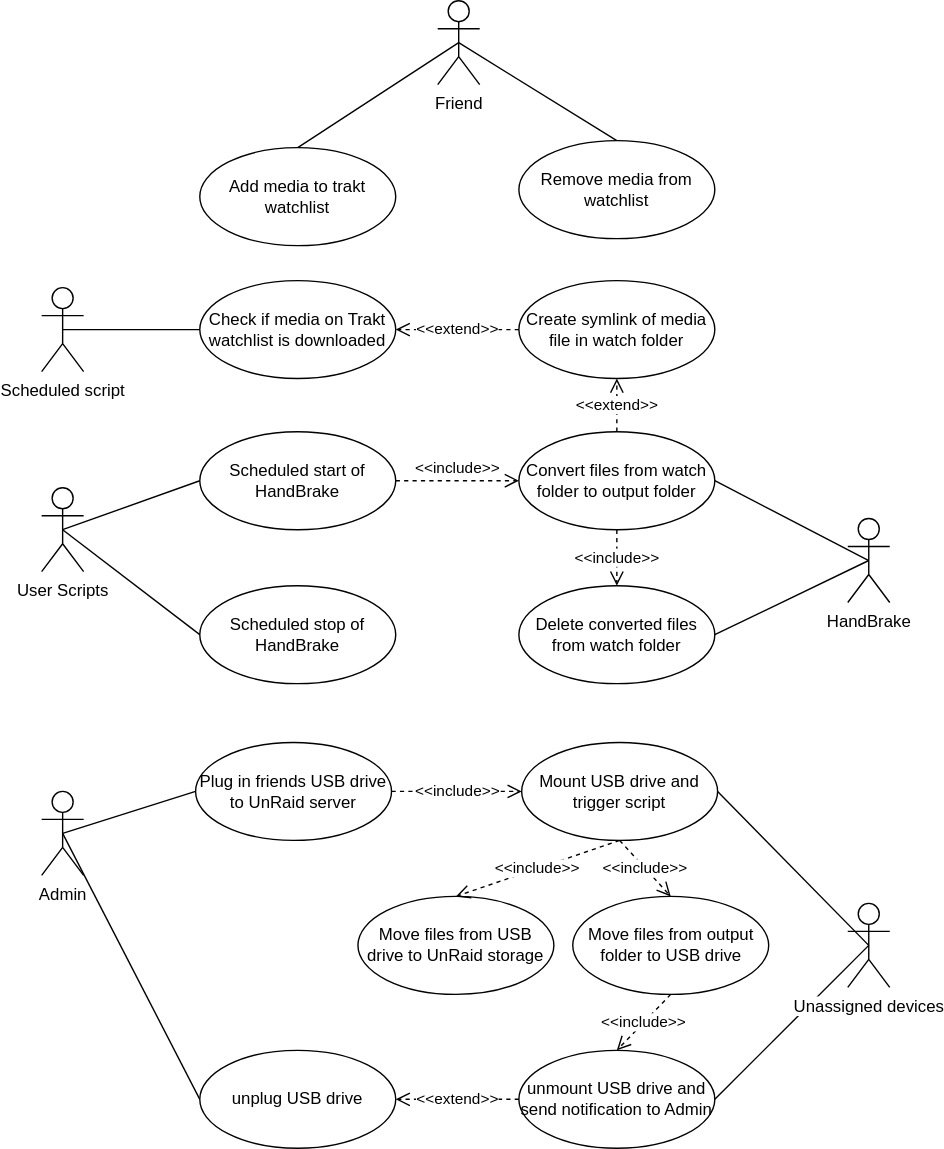
jorgenjanssonlee/Auto-convert-and-distribute-media-files keeps this draw.io diagram as diagrams/Auto-convert-and-distribute Detailed use case diagram v1.drawio.svg. Above is the earlier version. Source tidied: cells renumbered, new cells last; positions are measured from the earlier drawing's top-left corner, leaving out a move shared by most shapes.
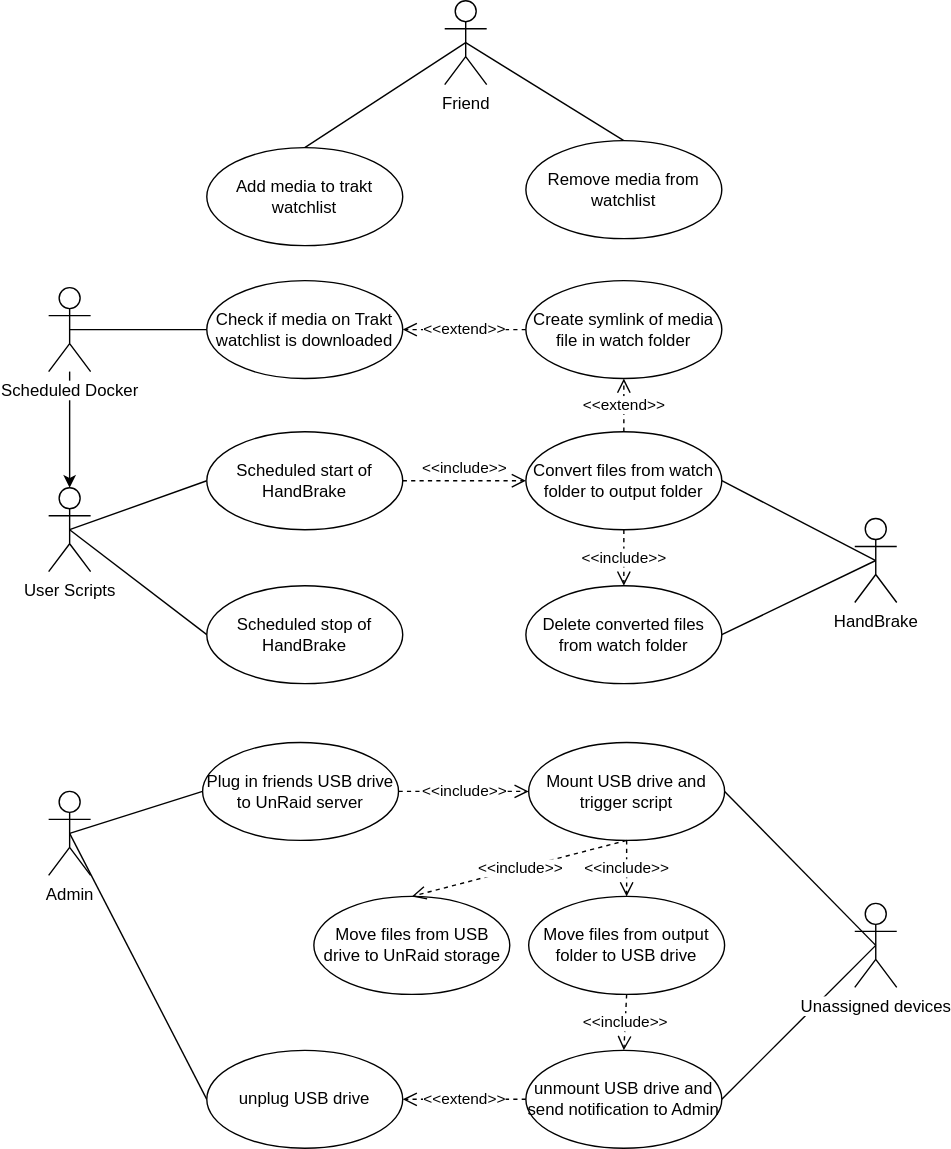
After the change.

What changed in the source:
```diff
@@ -69,7 +69,7 @@
       <mxGeometry x="110" y="530" width="140" height="70" as="geometry" />
     </mxCell>
     <mxCell id="24" value="Move files from output folder to USB drive" style="ellipse;whiteSpace=wrap;html=1;" parent="1" vertex="1">
-      <mxGeometry x="379.5" y="640" width="140" height="70" as="geometry" />
+      <mxGeometry x="343" y="640" width="140" height="70" as="geometry" />
     </mxCell>
     <mxCell id="25" style="edgeStyle=none;rounded=0;html=1;exitX=0;exitY=0.5;endArrow=none;endFill=0;jettySize=auto;entryX=0.5;entryY=0.5;entryPerimeter=0;" parent="1" edge="1" source="26" target="8">
       <mxGeometry relative="1" as="geometry" />
@@ -113,11 +113,14 @@
     <mxCell id="38" style="edgeStyle=none;rounded=0;html=1;exitX=0.5;exitY=0.5;exitPerimeter=0;entryX=0;entryY=0.5;startArrow=none;startFill=0;endArrow=none;endFill=0;jettySize=auto;strokeWidth=1;" parent="1" edge="1" source="39" target="9">
       <mxGeometry relative="1" as="geometry" />
     </mxCell>
+    <mxCell id="42" style="edgeStyle=orthogonalEdgeStyle;rounded=0;jettySize=auto;html=1;" parent="1" edge="1" source="39" target="12">
+      <mxGeometry relative="1" as="geometry" />
+    </mxCell>
-    <mxCell id="39" value="Scheduled script" style="shape=umlActor;verticalLabelPosition=bottom;labelBackgroundColor=#ffffff;verticalAlign=top;html=1;" parent="1" vertex="1">
+    <mxCell id="39" value="Scheduled Docker" style="shape=umlActor;verticalLabelPosition=bottom;labelBackgroundColor=#ffffff;verticalAlign=top;html=1;" parent="1" vertex="1">
       <mxGeometry y="205" width="30" height="60" as="geometry" />
     </mxCell>
     <mxCell id="40" value="Move files from USB drive to UnRaid storage" style="ellipse;whiteSpace=wrap;html=1;" parent="1" vertex="1">
-      <mxGeometry x="226" y="640" width="140" height="70" as="geometry" />
+      <mxGeometry x="189.5" y="640" width="140" height="70" as="geometry" />
     </mxCell>
     <mxCell id="41" value="&amp;lt;&amp;lt;include&amp;gt;&amp;gt;" style="html=1;verticalAlign=middle;endArrow=open;dashed=1;endSize=8;strokeWidth=1;exitX=0.5;exitY=1;entryX=0.5;entryY=0;" parent="1" edge="1" source="32" target="40">
       <mxGeometry relative="1" as="geometry" />
```
